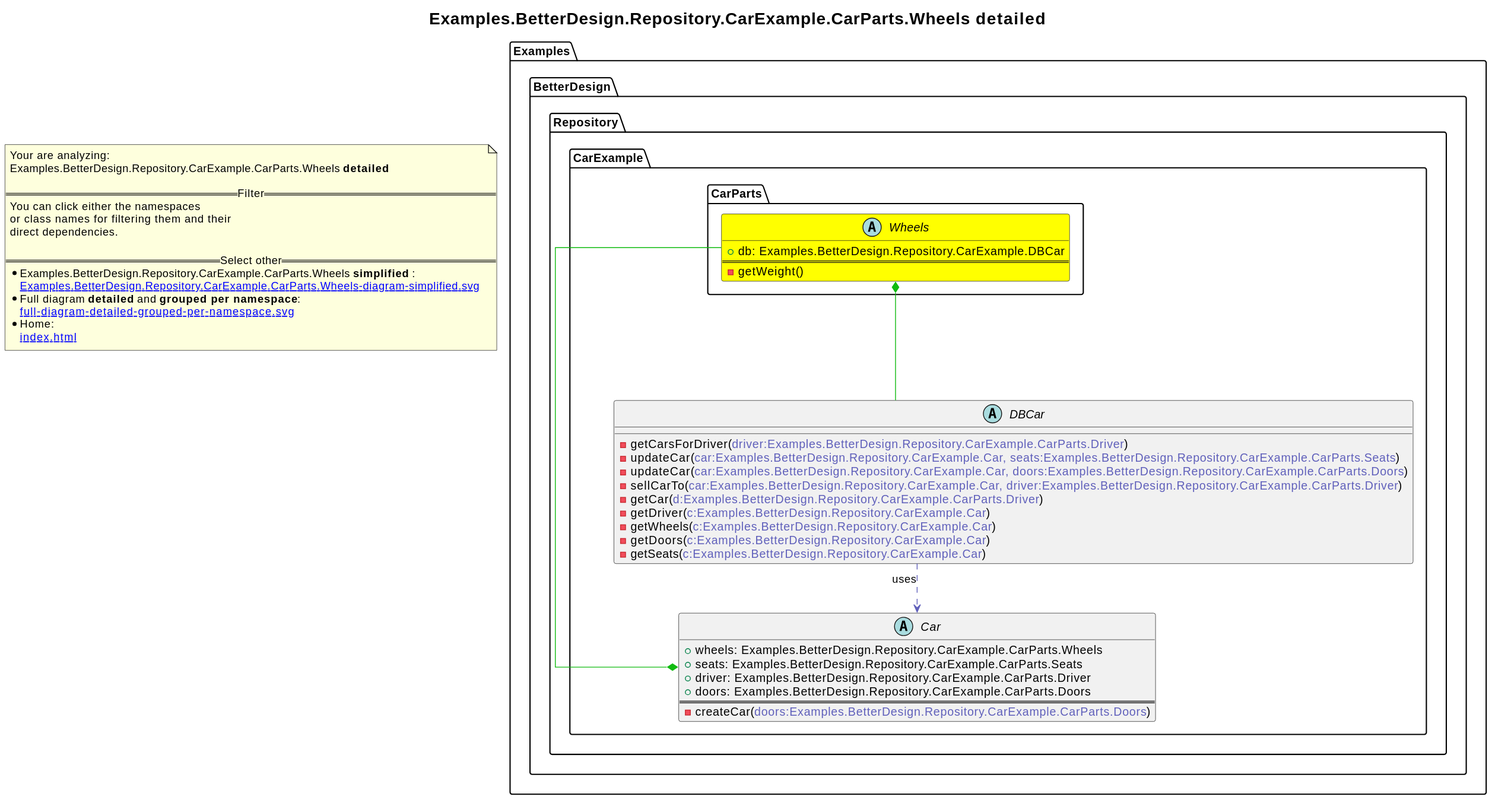
This is revenger-csharp-adapter.out/Examples.BetterDesign.Repository.CarExample.CarParts.Wheels-diagram-detailed.svg from 2BlackCoffees/revenger, a PlantUML export, as it was before one commit. The source it was exported from:
```plantuml
@startuml
skinparam linetype ortho
title <size:20>Examples.BetterDesign.Repository.CarExample.CarParts.Wheels **detailed** </size>
note "Your are analyzing:\nExamples.BetterDesign.Repository.CarExample.CarParts.Wheels **detailed** \n\n==Filter==\nYou can click either the namespaces \nor class names for filtering them and their\ndirect dependencies.\n\n==Select other==\n* Examples.BetterDesign.Repository.CarExample.CarParts.Wheels **simplified** :\n   [[Examples.BetterDesign.Repository.CarExample.CarParts.Wheels-diagram-simplified.svg]]\n* Full diagram **detailed** and **grouped per namespace**:\n   [[full-diagram-detailed-grouped-per-namespace.svg]]\n* Home:\n   [[index.html]]" as FloatingNote
      abstract class Examples.BetterDesign.Repository.CarExample.DBCar [[Examples.BetterDesign.Repository.CarExample.DBCar-diagram-detailed.svg]]  {
        - getCarsForDriver(<font color="6060BB">driver:Examples.BetterDesign.Repository.CarExample.CarParts.Driver</font>)
        - updateCar(<font color="6060BB">car:Examples.BetterDesign.Repository.CarExample.Car, seats:Examples.BetterDesign.Repository.CarExample.CarParts.Seats</font>)
        - updateCar(<font color="6060BB">car:Examples.BetterDesign.Repository.CarExample.Car, doors:Examples.BetterDesign.Repository.CarExample.CarParts.Doors</font>)
        - sellCarTo(<font color="6060BB">car:Examples.BetterDesign.Repository.CarExample.Car, driver:Examples.BetterDesign.Repository.CarExample.CarParts.Driver</font>)
        - getCar(<font color="6060BB">d:Examples.BetterDesign.Repository.CarExample.CarParts.Driver</font>)
        - getDriver(<font color="6060BB">c:Examples.BetterDesign.Repository.CarExample.Car</font>)
        - getWheels(<font color="6060BB">c:Examples.BetterDesign.Repository.CarExample.Car</font>)
        - getDoors(<font color="6060BB">c:Examples.BetterDesign.Repository.CarExample.Car</font>)
        - getSeats(<font color="6060BB">c:Examples.BetterDesign.Repository.CarExample.Car</font>)
      }
      abstract class Examples.BetterDesign.Repository.CarExample.Car [[Examples.BetterDesign.Repository.CarExample.Car-diagram-detailed.svg]]  {
        + wheels: Examples.BetterDesign.Repository.CarExample.CarParts.Wheels
        + seats: Examples.BetterDesign.Repository.CarExample.CarParts.Seats
        + driver: Examples.BetterDesign.Repository.CarExample.CarParts.Driver
        + doors: Examples.BetterDesign.Repository.CarExample.CarParts.Doors
==
        - createCar(<font color="6060BB">doors:Examples.BetterDesign.Repository.CarExample.CarParts.Doors</font>)
      }
        abstract class Examples.BetterDesign.Repository.CarExample.CarParts.Wheels [[Examples.BetterDesign.Repository.CarExample.CarParts.Wheels-diagram-detailed.svg]] #yellow {
          + db: Examples.BetterDesign.Repository.CarExample.DBCar
==
          - getWeight(<font color="6060BB"></font>)
        }
Examples.BetterDesign.Repository.CarExample.DBCar .[#6060BB].> Examples.BetterDesign.Repository.CarExample.Car  : uses
Examples.BetterDesign.Repository.CarExample.Car *-[#10BB10]- Examples.BetterDesign.Repository.CarExample.CarParts.Wheels
Examples.BetterDesign.Repository.CarExample.CarParts.Wheels *-[#10BB10]- Examples.BetterDesign.Repository.CarExample.DBCar
@enduml
```
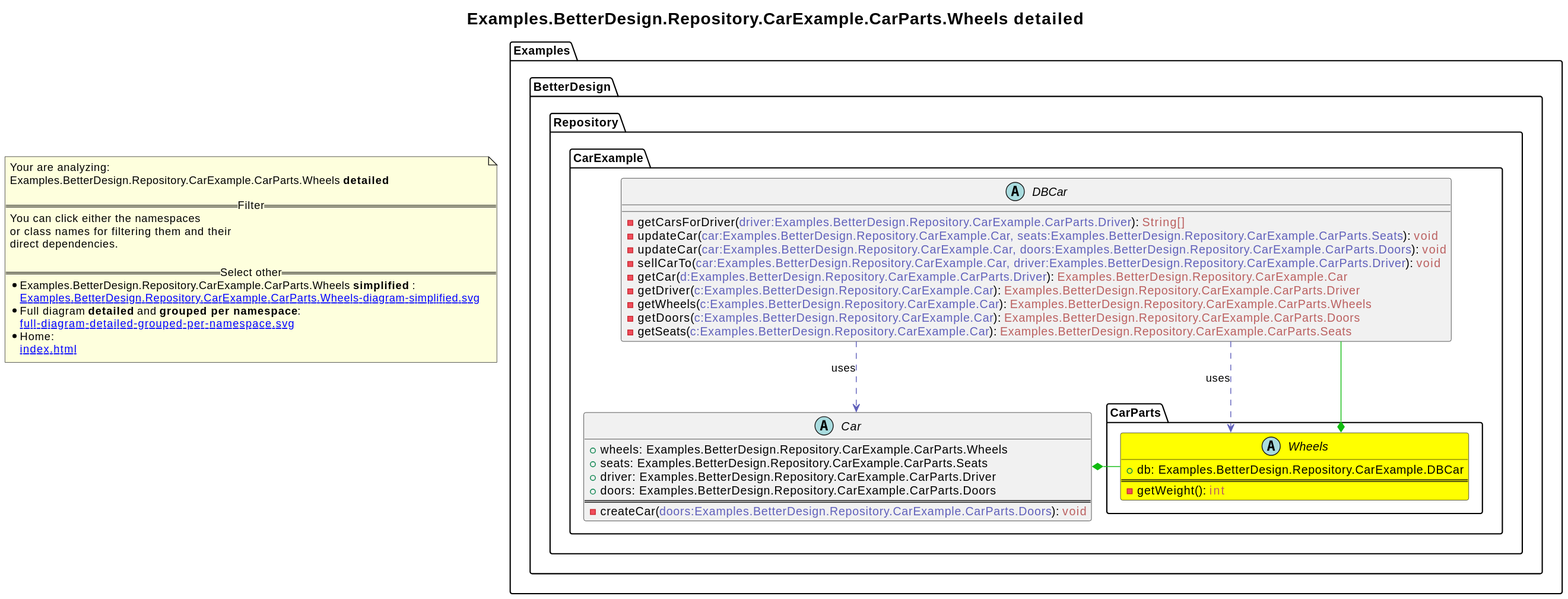
After the commit.

Diff of the diagram source:
```diff
@@ -3,15 +3,15 @@
 title <size:20>Examples.BetterDesign.Repository.CarExample.CarParts.Wheels **detailed** </size>
 note "Your are analyzing:\nExamples.BetterDesign.Repository.CarExample.CarParts.Wheels **detailed** \n\n==Filter==\nYou can click either the namespaces \nor class names for filtering them and their\ndirect dependencies.\n\n==Select other==\n* Examples.BetterDesign.Repository.CarExample.CarParts.Wheels **simplified** :\n   [[Examples.BetterDesign.Repository.CarExample.CarParts.Wheels-diagram-simplified.svg]]\n* Full diagram **detailed** and **grouped per namespace**:\n   [[full-diagram-detailed-grouped-per-namespace.svg]]\n* Home:\n   [[index.html]]" as FloatingNote
       abstract class Examples.BetterDesign.Repository.CarExample.DBCar [[Examples.BetterDesign.Repository.CarExample.DBCar-diagram-detailed.svg]]  {
-        - getCarsForDriver(<font color="6060BB">driver:Examples.BetterDesign.Repository.CarExample.CarParts.Driver</font>)
-        - updateCar(<font color="6060BB">car:Examples.BetterDesign.Repository.CarExample.Car, seats:Examples.BetterDesign.Repository.CarExample.CarParts.Seats</font>)
-        - updateCar(<font color="6060BB">car:Examples.BetterDesign.Repository.CarExample.Car, doors:Examples.BetterDesign.Repository.CarExample.CarParts.Doors</font>)
-        - sellCarTo(<font color="6060BB">car:Examples.BetterDesign.Repository.CarExample.Car, driver:Examples.BetterDesign.Repository.CarExample.CarParts.Driver</font>)
-        - getCar(<font color="6060BB">d:Examples.BetterDesign.Repository.CarExample.CarParts.Driver</font>)
-        - getDriver(<font color="6060BB">c:Examples.BetterDesign.Repository.CarExample.Car</font>)
-        - getWheels(<font color="6060BB">c:Examples.BetterDesign.Repository.CarExample.Car</font>)
-        - getDoors(<font color="6060BB">c:Examples.BetterDesign.Repository.CarExample.Car</font>)
-        - getSeats(<font color="6060BB">c:Examples.BetterDesign.Repository.CarExample.Car</font>)
+        - getCarsForDriver(<font color="6060BB">driver:Examples.BetterDesign.Repository.CarExample.CarParts.Driver</font>): <font color="BB6060">String[]</font>
+        - updateCar(<font color="6060BB">car:Examples.BetterDesign.Repository.CarExample.Car, seats:Examples.BetterDesign.Repository.CarExample.CarParts.Seats</font>): <font color="BB6060">void</font>
+        - updateCar(<font color="6060BB">car:Examples.BetterDesign.Repository.CarExample.Car, doors:Examples.BetterDesign.Repository.CarExample.CarParts.Doors</font>): <font color="BB6060">void</font>
+        - sellCarTo(<font color="6060BB">car:Examples.BetterDesign.Repository.CarExample.Car, driver:Examples.BetterDesign.Repository.CarExample.CarParts.Driver</font>): <font color="BB6060">void</font>
+        - getCar(<font color="6060BB">d:Examples.BetterDesign.Repository.CarExample.CarParts.Driver</font>): <font color="BB6060">Examples.BetterDesign.Repository.CarExample.Car</font>
+        - getDriver(<font color="6060BB">c:Examples.BetterDesign.Repository.CarExample.Car</font>): <font color="BB6060">Examples.BetterDesign.Repository.CarExample.CarParts.Driver</font>
+        - getWheels(<font color="6060BB">c:Examples.BetterDesign.Repository.CarExample.Car</font>): <font color="BB6060">Examples.BetterDesign.Repository.CarExample.CarParts.Wheels</font>
+        - getDoors(<font color="6060BB">c:Examples.BetterDesign.Repository.CarExample.Car</font>): <font color="BB6060">Examples.BetterDesign.Repository.CarExample.CarParts.Doors</font>
+        - getSeats(<font color="6060BB">c:Examples.BetterDesign.Repository.CarExample.Car</font>): <font color="BB6060">Examples.BetterDesign.Repository.CarExample.CarParts.Seats</font>
       }
       abstract class Examples.BetterDesign.Repository.CarExample.Car [[Examples.BetterDesign.Repository.CarExample.Car-diagram-detailed.svg]]  {
         + wheels: Examples.BetterDesign.Repository.CarExample.CarParts.Wheels
@@ -19,14 +19,15 @@
         + driver: Examples.BetterDesign.Repository.CarExample.CarParts.Driver
         + doors: Examples.BetterDesign.Repository.CarExample.CarParts.Doors
 ==
-        - createCar(<font color="6060BB">doors:Examples.BetterDesign.Repository.CarExample.CarParts.Doors</font>)
+        - createCar(<font color="6060BB">doors:Examples.BetterDesign.Repository.CarExample.CarParts.Doors</font>): <font color="BB6060">void</font>
       }
         abstract class Examples.BetterDesign.Repository.CarExample.CarParts.Wheels [[Examples.BetterDesign.Repository.CarExample.CarParts.Wheels-diagram-detailed.svg]] #yellow {
           + db: Examples.BetterDesign.Repository.CarExample.DBCar
 ==
-          - getWeight(<font color="6060BB"></font>)
+          - getWeight(<font color="6060BB"></font>): <font color="BB6060">int</font>
         }
 Examples.BetterDesign.Repository.CarExample.DBCar .[#6060BB].> Examples.BetterDesign.Repository.CarExample.Car  : uses
+Examples.BetterDesign.Repository.CarExample.DBCar .[#6060BB].> Examples.BetterDesign.Repository.CarExample.CarParts.Wheels  : uses
 Examples.BetterDesign.Repository.CarExample.Car *-[#10BB10]- Examples.BetterDesign.Repository.CarExample.CarParts.Wheels
 Examples.BetterDesign.Repository.CarExample.CarParts.Wheels *-[#10BB10]- Examples.BetterDesign.Repository.CarExample.DBCar
 @enduml
```
